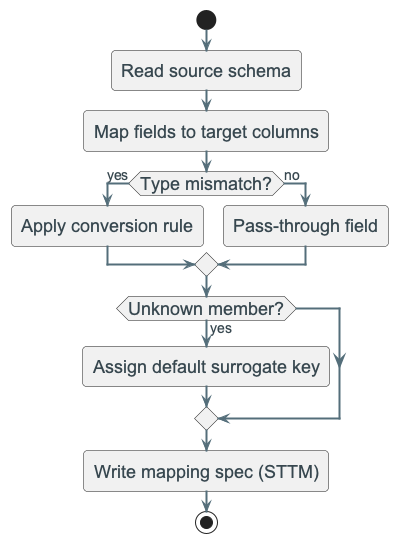
Earlier version of the PlantUML export diagrams/week04/week4_sttm_mapping_flow.png (OrPerets/data-engineering-course).
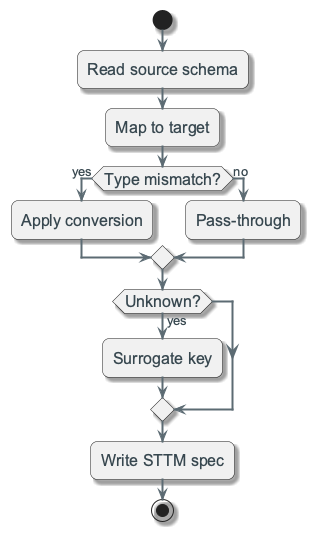
The same file after the commit.

The edit, as a diff of the source:
```diff
@@ -1,18 +1,19 @@
 @startuml
 !include ../_template_styles.puml
+!include _week4_visual_style.puml
 
 start
 :Read source schema;
-:Map fields to target columns;
+:Map to target;
 if (Type mismatch?) then (yes)
-  :Apply conversion rule;
+  :Apply conversion;
 else (no)
-  :Pass-through field;
+  :Pass-through;
 endif
-if (Unknown member?) then (yes)
-  :Assign default surrogate key;
+if (Unknown?) then (yes)
+  :Surrogate key;
 endif
-:Write mapping spec (STTM);
+:Write STTM spec;
 stop
 
 @enduml
```
